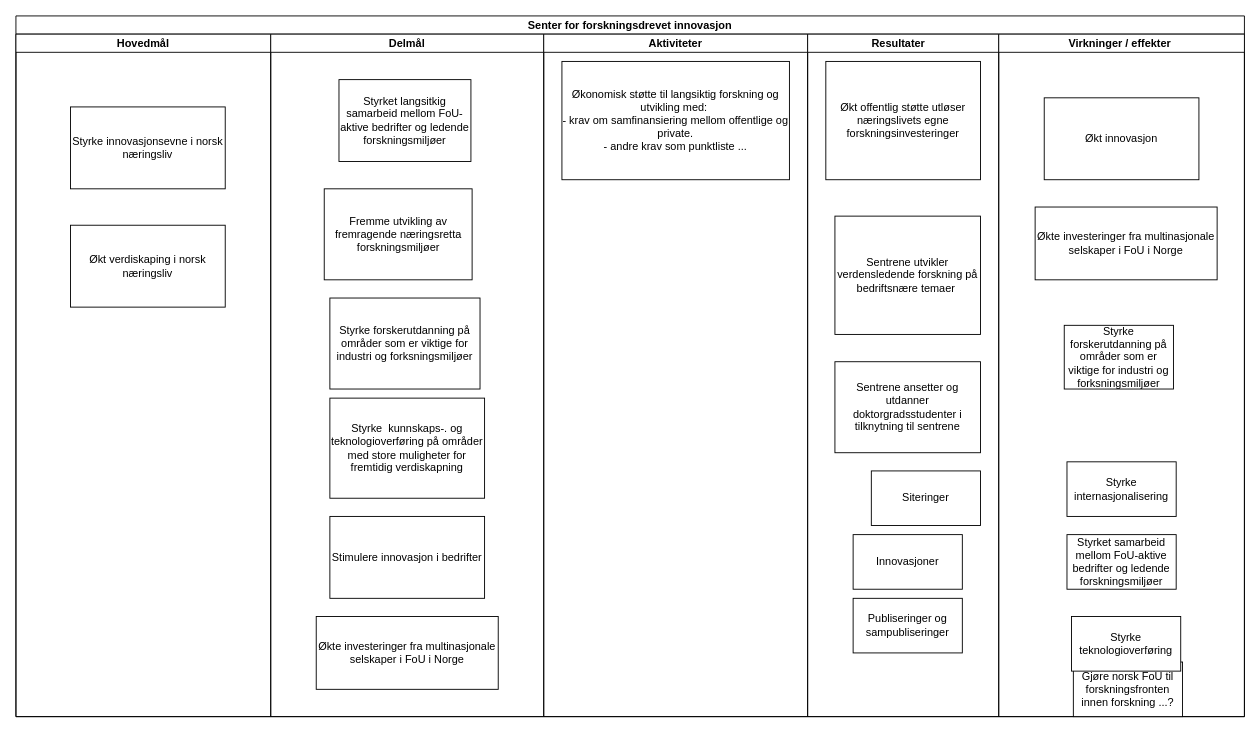
Above: SFI_effektdiagram.drawio in gardenberg/drawio_tegninger (draw.io), before the change. Source tidied: cells renumbered, new cells numbered last; positions are measured from the earlier drawing's top-left corner, leaving out a move shared by most shapes. Both pictures are drawn from the tidied source at 91%, with x=0, y=0 at pixel (15, 15).
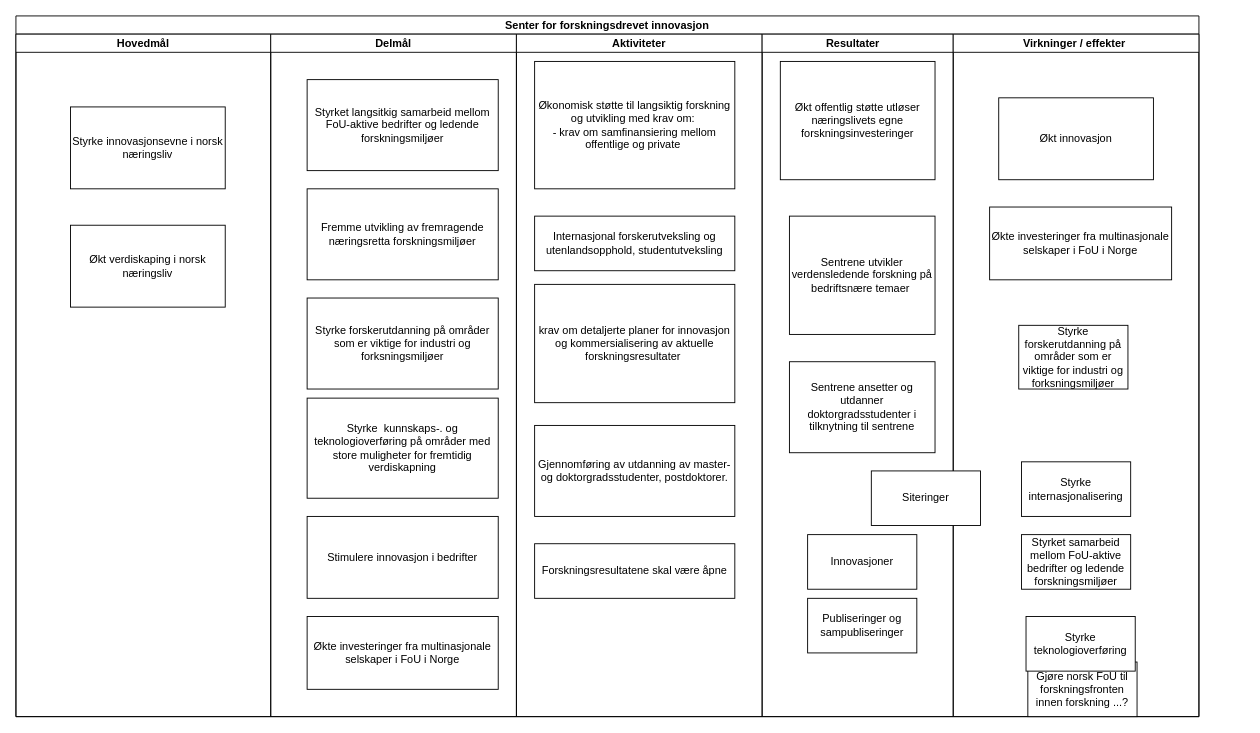
After the change.

What changed in the source:
```diff
@@
     <mxCell id="2" value="Senter for forskningsdrevet innovasjon" style="swimlane;startSize=20;" parent="1" vertex="1">
-      <mxGeometry width="1350" height="770" as="geometry" />
+      <mxGeometry width="1300" height="770" as="geometry" />
     </mxCell>
@@
     <mxCell id="6" value="Delmål" style="swimlane;startSize=20;" parent="2" vertex="1">
-      <mxGeometry x="280" y="20" width="300" height="750" as="geometry" />
+      <mxGeometry x="280" y="20" width="270" height="750" as="geometry" />
     </mxCell>
     <mxCell id="7" value="Styrke forskerutdanning på områder som er viktige for industri og forksningsmiljøer" style="whiteSpace=wrap;html=1;" parent="6" vertex="1">
-      <mxGeometry x="65" y="290" width="165" height="100" as="geometry" />
+      <mxGeometry x="40" y="290" width="210" height="100" as="geometry" />
     </mxCell>
     <mxCell id="8" value="Økte investeringer fra multinasjonale selskaper i FoU i Norge" style="whiteSpace=wrap;html=1;" parent="6" vertex="1">
-      <mxGeometry x="50" y="640" width="200" height="80" as="geometry" />
+      <mxGeometry x="40" y="640" width="210" height="80" as="geometry" />
     </mxCell>
     <mxCell id="9" value="Fremme utvikling av fremragende næringsretta forskningsmiljøer" style="whiteSpace=wrap;html=1;" parent="6" vertex="1">
-      <mxGeometry x="58.8" y="170" width="162.5" height="100" as="geometry" />
+      <mxGeometry x="40" y="170" width="210" height="100" as="geometry" />
     </mxCell>
     <mxCell id="10" value="Styrket langsitkig samarbeid mellom FoU-aktive bedrifter og ledende forskningsmiljøer" style="whiteSpace=wrap;html=1;" parent="6" vertex="1">
-      <mxGeometry x="75" y="50" width="145" height="90" as="geometry" />
+      <mxGeometry x="40" y="50" width="210" height="100" as="geometry" />
     </mxCell>
     <mxCell id="11" value="Styrke&amp;nbsp; kunnskaps-. og teknologioverføring på områder med store muligheter for fremtidig verdiskapning&lt;br&gt;" style="whiteSpace=wrap;html=1;" parent="6" vertex="1">
-      <mxGeometry x="65" y="400" width="170" height="110" as="geometry" />
+      <mxGeometry x="40" y="400" width="210" height="110" as="geometry" />
     </mxCell>
     <mxCell id="12" value="Stimulere innovasjon i bedrifter" style="whiteSpace=wrap;html=1;" parent="6" vertex="1">
-      <mxGeometry x="65" y="530" width="170" height="90" as="geometry" />
+      <mxGeometry x="40" y="530" width="210" height="90" as="geometry" />
     </mxCell>
@@
     <mxCell id="14" value="Aktiviteter" style="swimlane;startSize=20;" parent="2" vertex="1">
-      <mxGeometry x="580" y="20" width="290" height="750" as="geometry" />
+      <mxGeometry x="550" y="20" width="270" height="750" as="geometry" />
     </mxCell>
-    <mxCell id="15" value="Økonomisk støtte til langsiktig forskning og utvikling med:&amp;nbsp;&lt;br&gt;- krav om samfinansiering mellom offentlige og private.&lt;br&gt;- andre krav som punktliste ..." style="whiteSpace=wrap;html=1;" parent="14" vertex="1">
-      <mxGeometry x="20" y="30" width="250" height="130" as="geometry" />
+    <mxCell id="15" value="Økonomisk støtte til langsiktig forskning og utvikling med krav om:&amp;nbsp;&lt;br&gt;- krav om samfinansiering mellom offentlige og private&amp;nbsp;" style="whiteSpace=wrap;html=1;" parent="14" vertex="1">
+      <mxGeometry x="20" y="30" width="220" height="140" as="geometry" />
     </mxCell>
+    <mxCell id="31" value="&lt;span&gt;krav om detaljerte planer for innovasjon og kommersialisering av aktuelle forskningsresultater&amp;nbsp;&lt;/span&gt;" style="whiteSpace=wrap;html=1;" parent="14" vertex="1">
+      <mxGeometry x="20" y="275" width="220" height="130" as="geometry" />
+    </mxCell>
     <mxCell id="16" value="Resultater   " style="swimlane;startSize=20;" parent="2" vertex="1">
-      <mxGeometry x="870" y="20" width="210" height="750" as="geometry" />
+      <mxGeometry x="820" y="20" width="210" height="750" as="geometry" />
     </mxCell>
@@
     <mxCell id="22" value="Virkninger / effekter " style="swimlane;startSize=20;" parent="2" vertex="1">
-      <mxGeometry x="1080" y="20" width="270" height="750" as="geometry" />
+      <mxGeometry x="1030" y="20" width="270" height="750" as="geometry" />
     </mxCell>
@@
+    <mxCell id="32" value="Internasjonal forskerutveksling og utenlandsopphold, studentutveksling" style="whiteSpace=wrap;html=1;" parent="1" vertex="1">
+      <mxGeometry x="570" y="220" width="220" height="60" as="geometry" />
+    </mxCell>
+    <mxCell id="33" value="Gjennomføring av utdanning av master- og doktorgradsstudenter, postdoktorer." style="whiteSpace=wrap;html=1;" parent="1" vertex="1">
+      <mxGeometry x="570" y="450" width="220" height="100" as="geometry" />
+    </mxCell>
+    <mxCell id="34" value="Forskningsresultatene skal være åpne" style="whiteSpace=wrap;html=1;" parent="1" vertex="1">
+      <mxGeometry x="570" y="580" width="220" height="60" as="geometry" />
+    </mxCell>
```
